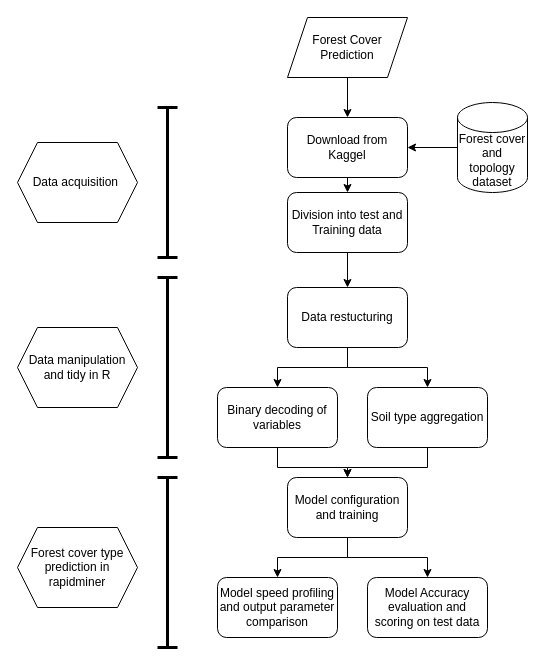
Earlier version of the draw.io diagram Untitled Diagram.drawio (schneidereits/datascience2022_MAP). Source tidied: cells renumbered, new cells numbered last; positions are measured from the earlier drawing's top-left corner, leaving out a move shared by most shapes. Both pictures are drawn from the tidied source at 100%, with x=0, y=0 at pixel (17, 17).
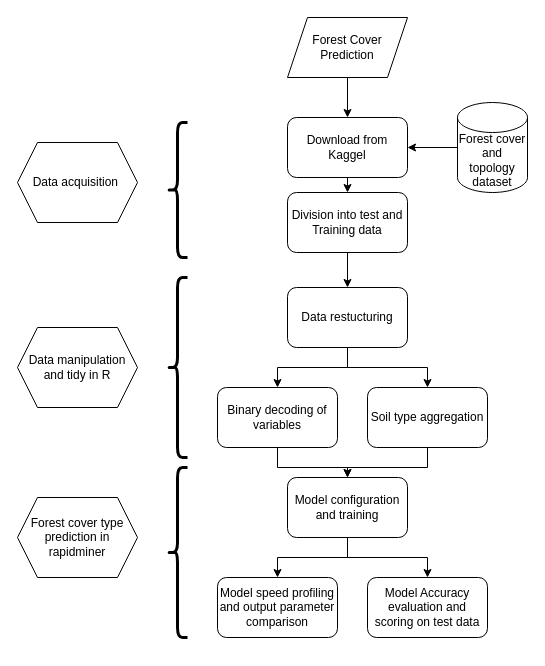
The same diagram, later.

Change to the diagram source:
```diff
@@
     <mxCell id="17" value="Forest cover type prediction in rapidminer" style="shape=hexagon;perimeter=hexagonPerimeter2;whiteSpace=wrap;html=1;fixedSize=1;" parent="1" vertex="1">
-      <mxGeometry y="510" width="120" height="80" as="geometry" />
+      <mxGeometry y="480" width="120" height="80" as="geometry" />
     </mxCell>
@@
-    <mxCell id="25" style="shape=crossbar;whiteSpace=wrap;html=1;rounded=1;direction=south;fontStyle=1;strokeWidth=3;" parent="1" vertex="1">
-      <mxGeometry x="140" y="90" width="20" height="150" as="geometry" />
-    </mxCell>
-    <mxCell id="26" style="shape=crossbar;whiteSpace=wrap;html=1;rounded=1;direction=south;fontStyle=1;strokeWidth=3;" parent="1" vertex="1">
-      <mxGeometry x="140" y="260" width="20" height="180" as="geometry" />
-    </mxCell>
-    <mxCell id="27" style="shape=crossbar;whiteSpace=wrap;html=1;rounded=1;direction=south;fontStyle=1;strokeWidth=3;" parent="1" vertex="1">
-      <mxGeometry x="140" y="460" width="20" height="170" as="geometry" />
-    </mxCell>
+    <mxCell id="28" style="shape=curlyBracket;whiteSpace=wrap;html=1;rounded=1;strokeWidth=3;" parent="1" vertex="1">
+      <mxGeometry x="150" y="105" width="20" height="135" as="geometry" />
+    </mxCell>
+    <mxCell id="29" style="shape=curlyBracket;whiteSpace=wrap;html=1;rounded=1;strokeWidth=3;" parent="1" vertex="1">
+      <mxGeometry x="150" y="260" width="20" height="180" as="geometry" />
+    </mxCell>
+    <mxCell id="30" style="shape=curlyBracket;whiteSpace=wrap;html=1;rounded=1;strokeWidth=3;" parent="1" vertex="1">
+      <mxGeometry x="150" y="450" width="20" height="170" as="geometry" />
+    </mxCell>
```
